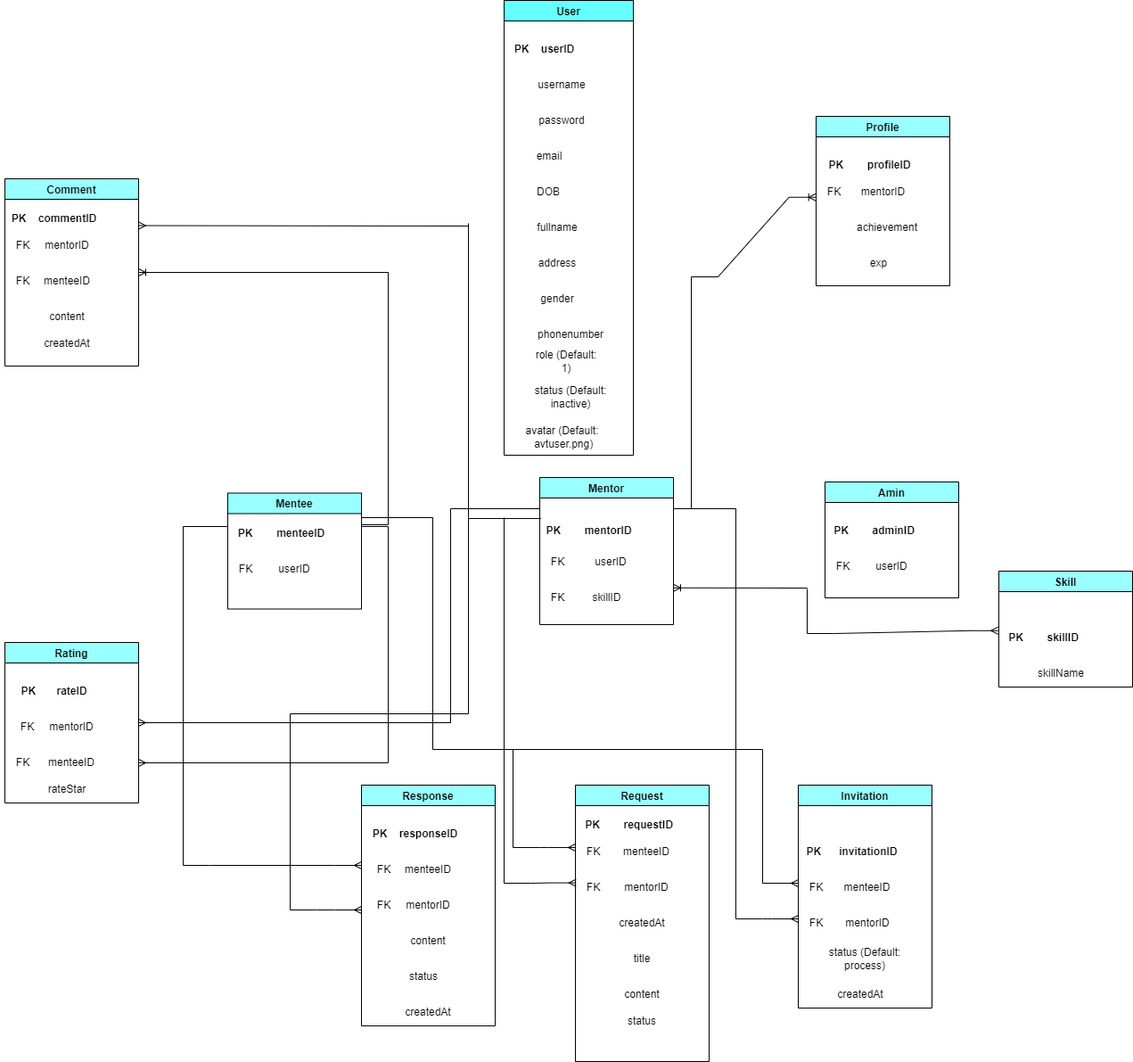
Earlier version of the draw.io export HappyProgramming_DB.drawio.png (dungdt23/SWP391_Document). Source tidied: cells renumbered, new cells last; positions are measured from the earlier drawing's top-left corner, leaving out a move shared by most shapes.
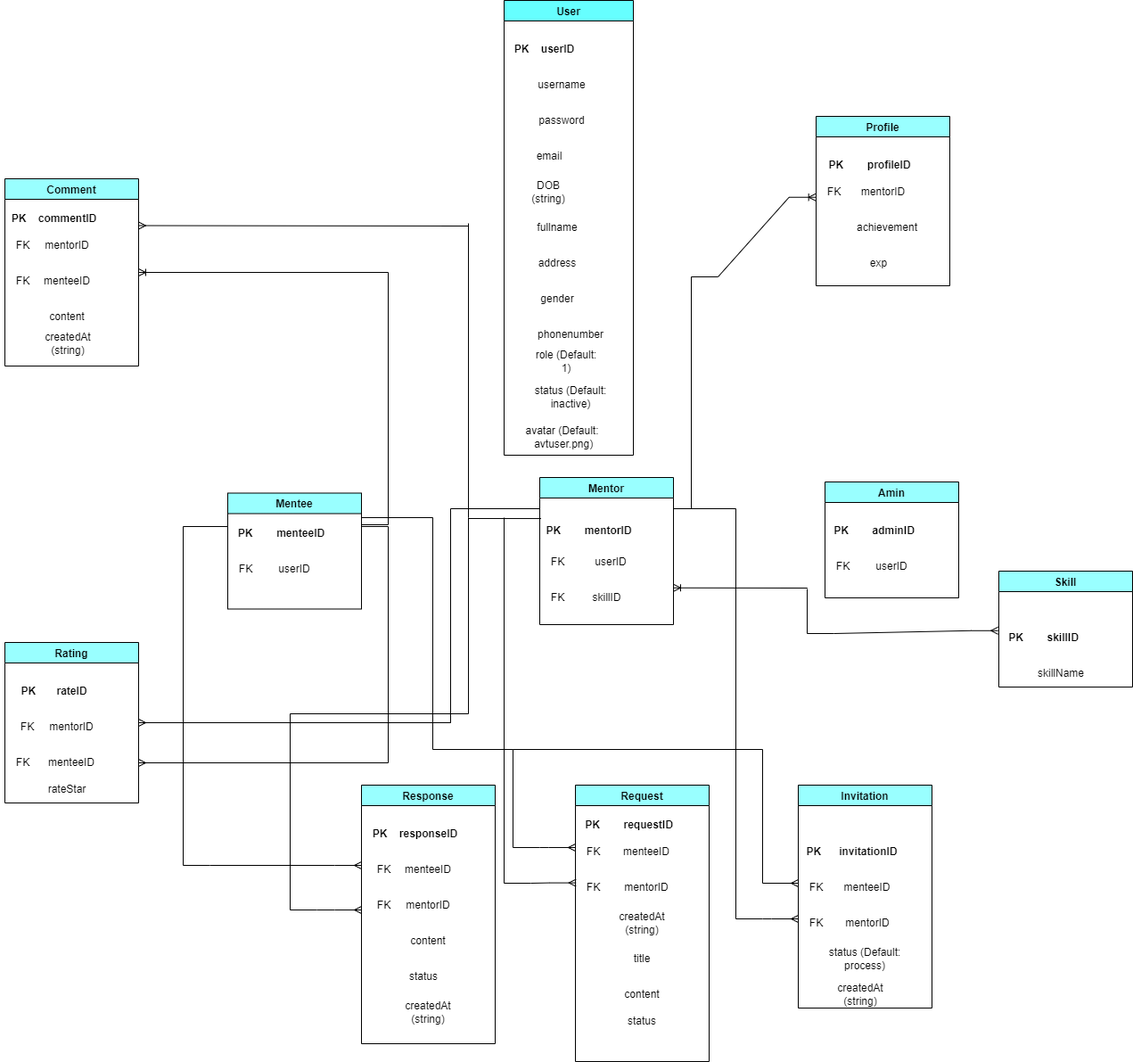
Above is the later version.

The edit, as a diff of the source:
```diff
@@ -17,7 +17,7 @@
     <mxCell id="6" value="&amp;nbsp;email&lt;span style=&quot;white-space: pre;&quot;&gt;&#9;&lt;/span&gt;" style="text;html=1;strokeColor=none;fillColor=none;align=center;verticalAlign=middle;whiteSpace=wrap;rounded=0;" parent="2" vertex="1">
       <mxGeometry x="30" y="160" width="60" height="30" as="geometry" />
     </mxCell>
-    <mxCell id="7" value="DOB" style="text;html=1;strokeColor=none;fillColor=none;align=center;verticalAlign=middle;whiteSpace=wrap;rounded=0;" parent="2" vertex="1">
+    <mxCell id="7" value="DOB (string)" style="text;html=1;strokeColor=none;fillColor=none;align=center;verticalAlign=middle;whiteSpace=wrap;rounded=0;" parent="2" vertex="1">
       <mxGeometry x="20" y="200" width="60" height="30" as="geometry" />
     </mxCell>
     <mxCell id="8" value="fullname" style="text;html=1;strokeColor=none;fillColor=none;align=center;verticalAlign=middle;whiteSpace=wrap;rounded=0;" parent="2" vertex="1">
@@ -119,7 +119,7 @@
     <mxCell id="40" value="content" style="text;html=1;strokeColor=none;fillColor=none;align=center;verticalAlign=middle;whiteSpace=wrap;rounded=0;" parent="32" vertex="1">
       <mxGeometry x="45" y="220" width="60" height="30" as="geometry" />
     </mxCell>
-    <mxCell id="41" value="createdAt" style="text;html=1;strokeColor=none;fillColor=none;align=center;verticalAlign=middle;whiteSpace=wrap;rounded=0;" parent="32" vertex="1">
+    <mxCell id="41" value="createdAt (string)" style="text;html=1;strokeColor=none;fillColor=none;align=center;verticalAlign=middle;whiteSpace=wrap;rounded=0;" parent="32" vertex="1">
       <mxGeometry x="45" y="140" width="60" height="30" as="geometry" />
     </mxCell>
     <mxCell id="42" value="Rating" style="swimlane;fillColor=#99FFFF;" parent="1" vertex="1">
@@ -164,11 +164,11 @@
     <mxCell id="55" value="status (Default: process)" style="text;html=1;strokeColor=none;fillColor=none;align=center;verticalAlign=middle;whiteSpace=wrap;rounded=0;" parent="49" vertex="1">
       <mxGeometry x="30" y="180" width="90" height="30" as="geometry" />
     </mxCell>
-    <mxCell id="56" value="createdAt" style="text;html=1;strokeColor=none;fillColor=none;align=center;verticalAlign=middle;whiteSpace=wrap;rounded=0;" parent="49" vertex="1">
+    <mxCell id="56" value="createdAt (string)" style="text;html=1;strokeColor=none;fillColor=none;align=center;verticalAlign=middle;whiteSpace=wrap;rounded=0;" parent="49" vertex="1">
       <mxGeometry x="40" y="220" width="60" height="30" as="geometry" />
     </mxCell>
     <mxCell id="57" value="Response" style="swimlane;fillColor=#99FFFF;" parent="1" vertex="1">
-      <mxGeometry x="405" y="880" width="150" height="270" as="geometry" />
+      <mxGeometry x="405" y="880" width="150" height="290" as="geometry" />
     </mxCell>
     <mxCell id="58" value="&lt;b&gt;PK&amp;nbsp; &amp;nbsp; responseID&lt;/b&gt;" style="text;html=1;align=center;verticalAlign=middle;strokeColor=none;fillColor=none;" parent="57" vertex="1">
       <mxGeometry y="40" width="120" height="30" as="geometry" />
@@ -191,7 +191,7 @@
     <mxCell id="64" value="status" style="text;html=1;strokeColor=none;fillColor=none;align=center;verticalAlign=middle;whiteSpace=wrap;rounded=0;" parent="57" vertex="1">
       <mxGeometry x="40" y="200" width="60" height="30" as="geometry" />
     </mxCell>
-    <mxCell id="65" value="createdAt" style="text;html=1;strokeColor=none;fillColor=none;align=center;verticalAlign=middle;whiteSpace=wrap;rounded=0;" parent="57" vertex="1">
+    <mxCell id="65" value="createdAt (string)" style="text;html=1;strokeColor=none;fillColor=none;align=center;verticalAlign=middle;whiteSpace=wrap;rounded=0;" parent="57" vertex="1">
       <mxGeometry x="45" y="240" width="60" height="30" as="geometry" />
     </mxCell>
     <mxCell id="66" value="Comment" style="swimlane;fillColor=#99FFFF;" parent="1" vertex="1">
@@ -215,8 +215,8 @@
     <mxCell id="72" value="content" style="text;html=1;strokeColor=none;fillColor=none;align=center;verticalAlign=middle;whiteSpace=wrap;rounded=0;" parent="66" vertex="1">
       <mxGeometry x="40" y="140" width="60" height="30" as="geometry" />
     </mxCell>
-    <mxCell id="73" value="createdAt" style="text;html=1;strokeColor=none;fillColor=none;align=center;verticalAlign=middle;whiteSpace=wrap;rounded=0;" parent="66" vertex="1">
-      <mxGeometry x="40" y="170" width="60" height="30" as="geometry" />
+    <mxCell id="73" value="createdAt (string)" style="text;html=1;strokeColor=none;fillColor=none;align=center;verticalAlign=middle;whiteSpace=wrap;rounded=0;" parent="66" vertex="1">
+      <mxGeometry x="41" y="170" width="60" height="30" as="geometry" />
     </mxCell>
     <mxCell id="74" value="Profile" style="swimlane;fillColor=#99FFFF;" parent="1" vertex="1">
       <mxGeometry x="915" y="130" width="150" height="190" as="geometry" />
```
